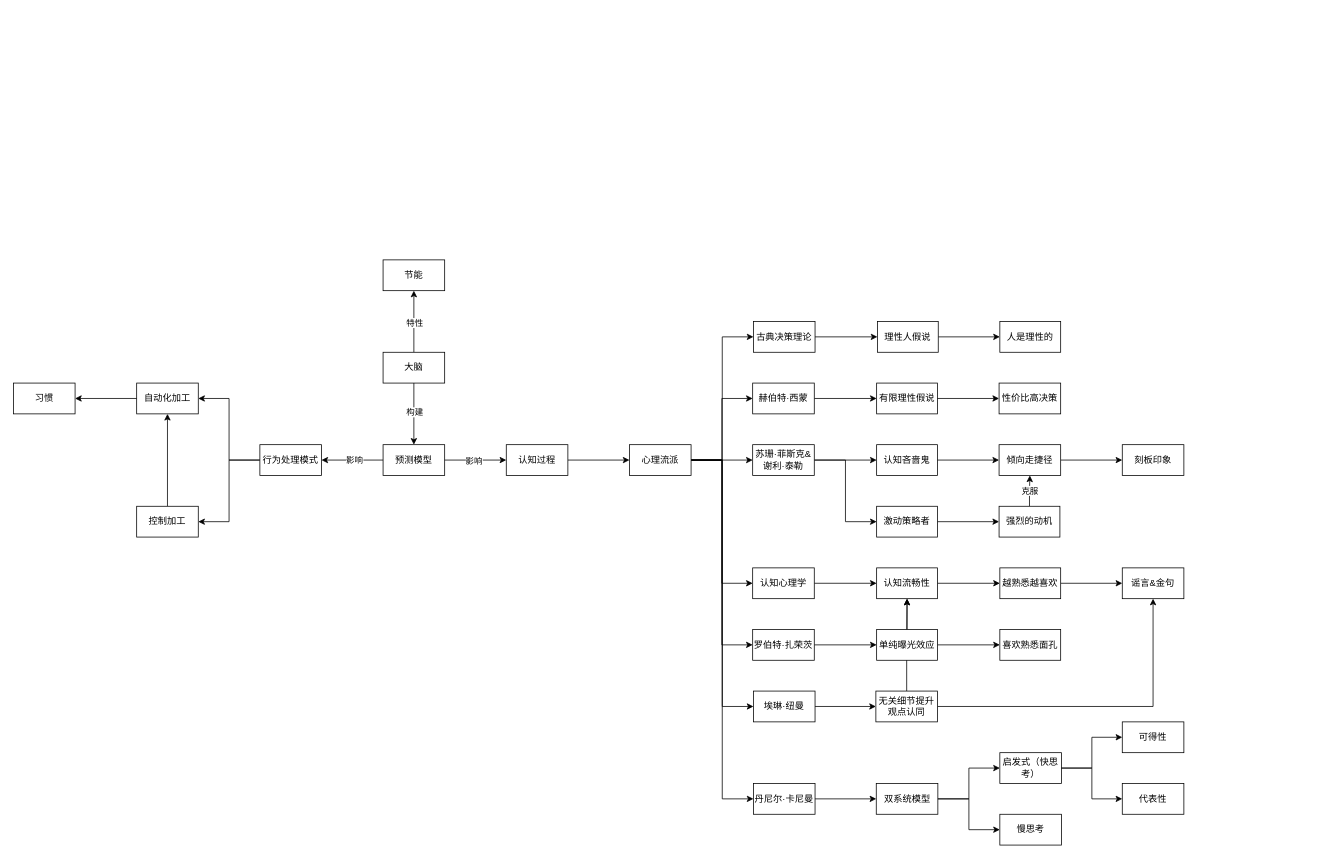
The draw.io diagram 大脑原理-节能.drawio in youyusan/open_mind, before the edit. Source tidied: cells renumbered, new cells numbered last; positions are measured from the earlier drawing's top-left corner, leaving out a move shared by most shapes. Both pictures are drawn from the tidied source at 77%, with x=0, y=0 at pixel (13, 259).
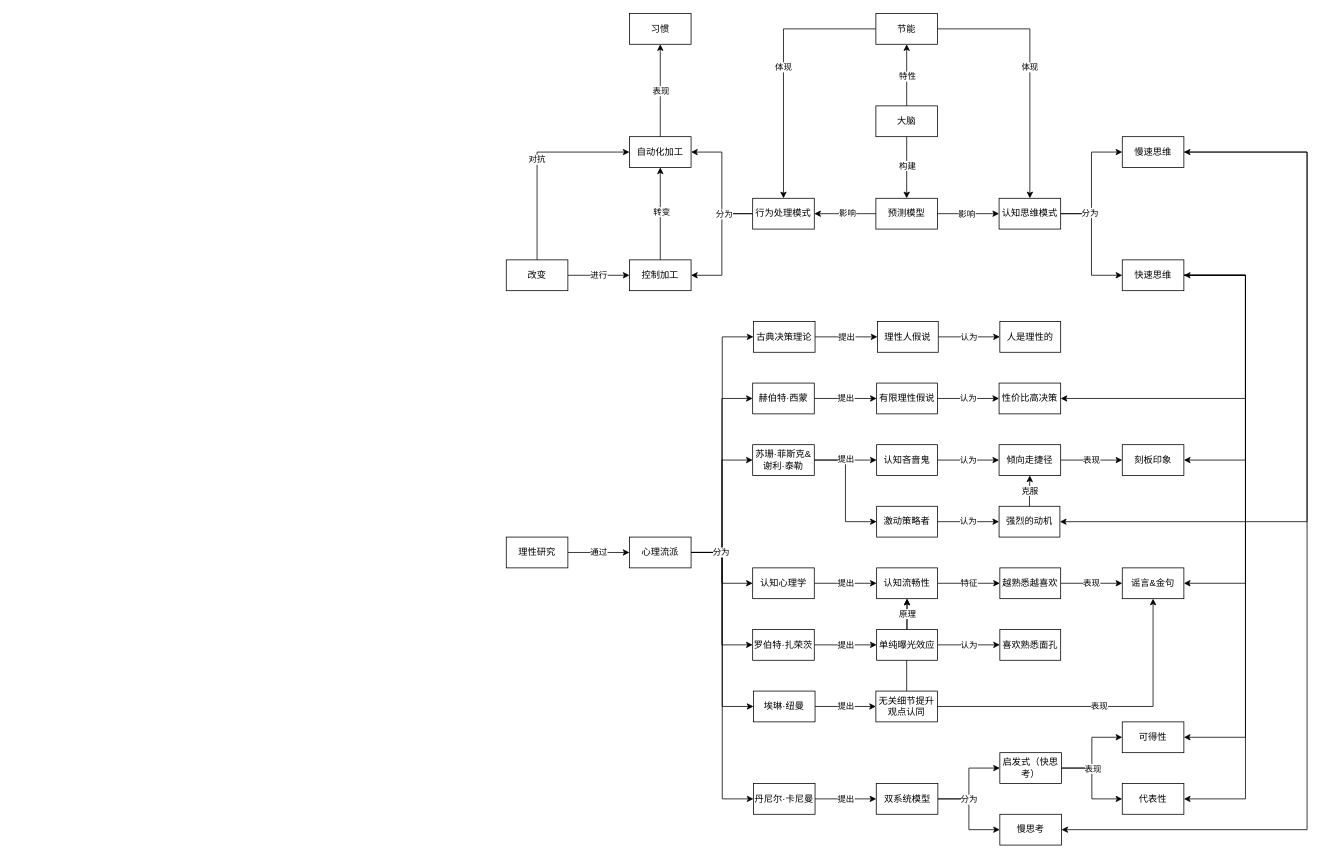
Above is the later version.

Commit message:
更新大脑原理-节能.drawio

The change refers to these unchanged cells:
```xml
<mxCell id="17" style="edgeStyle=orthogonalEdgeStyle;rounded=0;jettySize=auto;html=1;entryX=1;entryY=0.5;entryDx=0;entryDy=0;fontFamily=Helvetica;fontSize=12;fontColor=default;" parent="1" edge="1" source="18" target="6">
<mxCell id="26" value="有限理性假说" style="rounded=0;whiteSpace=wrap;html=1;" parent="1" vertex="1">
<mxCell id="27" value="认知吝啬鬼" style="rounded=0;whiteSpace=wrap;html=1;" parent="1" vertex="1">
<mxCell id="28" value="性价比高决策" style="rounded=0;whiteSpace=wrap;html=1;" parent="1" vertex="1">
<mxCell id="31" value="倾向走捷径" style="rounded=0;whiteSpace=wrap;html=1;" parent="1" vertex="1">
<mxCell id="34" value="认知流畅性" style="rounded=0;whiteSpace=wrap;html=1;" parent="1" vertex="1">
<mxCell id="37" value="单纯曝光效应" style="rounded=0;whiteSpace=wrap;html=1;" parent="1" vertex="1">
<mxCell id="38" value="谣言&amp;amp;金句" style="rounded=0;whiteSpace=wrap;html=1;" parent="1" vertex="1">
<mxCell id="40" value="双系统模型" style="rounded=0;whiteSpace=wrap;html=1;" parent="1" vertex="1">
<mxCell id="42" style="edgeStyle=orthogonalEdgeStyle;rounded=0;jettySize=auto;html=1;" parent="1" edge="1" source="40" target="41">
<mxCell id="43" value="可得性" style="rounded=0;whiteSpace=wrap;html=1;" parent="1" vertex="1">
<mxCell id="45" value="代表性" style="rounded=0;whiteSpace=wrap;html=1;" parent="1" vertex="1">
<mxCell id="46" style="edgeStyle=orthogonalEdgeStyle;rounded=0;jettySize=auto;html=1;entryX=0;entryY=0.5;entryDx=0;entryDy=0;" parent="1" edge="1" source="41" target="45">
<mxCell id="48" value="激动策略者" style="rounded=0;whiteSpace=wrap;html=1;" parent="1" vertex="1">
<mxCell id="55" style="edgeStyle=orthogonalEdgeStyle;rounded=0;jettySize=auto;html=1;entryX=0;entryY=0.5;entryDx=0;entryDy=0;" parent="1" edge="1" source="56" target="80">
<mxCell id="58" value="理性人假说" style="rounded=0;whiteSpace=wrap;html=1;" parent="1" vertex="1">
<mxCell id="60" value="古典决策理论" style="rounded=0;whiteSpace=wrap;html=1;" parent="1" vertex="1">
<mxCell id="62" value="赫伯特·西蒙" style="rounded=0;whiteSpace=wrap;html=1;" parent="1" vertex="1">
<mxCell id="63" value="人是理性的" style="rounded=0;whiteSpace=wrap;html=1;" parent="1" vertex="1">
<mxCell id="65" style="edgeStyle=orthogonalEdgeStyle;rounded=0;jettySize=auto;html=1;entryX=0;entryY=0.5;entryDx=0;entryDy=0;" parent="1" edge="1" source="66" target="48">
<mxCell id="67" value="刻板印象" style="rounded=0;whiteSpace=wrap;html=1;" parent="1" vertex="1">
<mxCell id="69" value="认知心理学" style="rounded=0;whiteSpace=wrap;html=1;" parent="1" vertex="1">
<mxCell id="71" value="越熟悉越喜欢" style="rounded=0;whiteSpace=wrap;html=1;" parent="1" vertex="1">
<mxCell id="73" value="罗伯特·扎荣茨" style="rounded=0;whiteSpace=wrap;html=1;" parent="1" vertex="1">
<mxCell id="74" value="喜欢熟悉面孔" style="rounded=0;whiteSpace=wrap;html=1;" parent="1" vertex="1">
<mxCell id="76" value="埃琳·纽曼" style="rounded=0;whiteSpace=wrap;html=1;" parent="1" vertex="1">
<mxCell id="78" value="无关细节提升观点认同" style="rounded=0;whiteSpace=wrap;html=1;" parent="1" vertex="1">
<mxCell id="80" value="丹尼尔·卡尼曼" style="rounded=0;whiteSpace=wrap;html=1;" parent="1" vertex="1">
<mxCell id="81" value="慢思考" style="rounded=0;whiteSpace=wrap;html=1;" parent="1" vertex="1">
<mxCell id="83" value="强烈的动机" style="rounded=0;whiteSpace=wrap;html=1;" parent="1" vertex="1">
```

Change to the diagram source:
```diff
@@
-    <mxCell id="3" style="group;flipH=1;" parent="1" vertex="1">
-      <mxGeometry y="160" width="240" height="200" as="geometry" />
-    </mxCell>
-    <mxCell id="4" value="自动化加工" style="rounded=0;whiteSpace=wrap;html=1;" parent="3" vertex="1">
-      <mxGeometry x="160" width="80" height="40" as="geometry" />
-    </mxCell>
-    <mxCell id="5" style="edgeStyle=orthogonalEdgeStyle;rounded=0;jettySize=auto;html=1;entryX=0.5;entryY=1;entryDx=0;entryDy=0;" parent="3" edge="1" source="6" target="4">
-      <mxGeometry relative="1" as="geometry" />
-    </mxCell>
-    <mxCell id="6" value="控制加工" style="rounded=0;whiteSpace=wrap;html=1;" parent="3" vertex="1">
-      <mxGeometry x="160" y="160" width="80" height="40" as="geometry" />
-    </mxCell>
-    <mxCell id="7" value="习惯" style="rounded=0;whiteSpace=wrap;html=1;" parent="3" vertex="1">
-      <mxGeometry width="80" height="40" as="geometry" />
-    </mxCell>
-    <mxCell id="8" style="edgeStyle=orthogonalEdgeStyle;rounded=0;jettySize=auto;html=1;" parent="3" edge="1" source="4" target="7">
-      <mxGeometry relative="1" as="geometry" />
-    </mxCell>
+    <mxCell id="84" value="体现" style="edgeStyle=orthogonalEdgeStyle;rounded=0;jettySize=auto;html=1;" parent="1" edge="1" source="9" target="23">
+      <mxGeometry relative="1" as="geometry" />
+    </mxCell>
+    <mxCell id="85" value="体现" style="edgeStyle=orthogonalEdgeStyle;rounded=0;jettySize=auto;html=1;" parent="1" edge="1" source="9" target="18">
+      <mxGeometry relative="1" as="geometry" />
+    </mxCell>
     <mxCell id="9" value="节能" style="rounded=0;whiteSpace=wrap;html=1;" parent="1" vertex="1">
-      <mxGeometry x="480" width="80" height="40" as="geometry" />
+      <mxGeometry x="1120" y="-320" width="80" height="40" as="geometry" />
     </mxCell>
@@
     <mxCell id="12" value="大脑" style="rounded=0;whiteSpace=wrap;html=1;" parent="1" vertex="1">
-      <mxGeometry x="480" y="120" width="80" height="40" as="geometry" />
+      <mxGeometry x="1120" y="-200" width="80" height="40" as="geometry" />
     </mxCell>
     <mxCell id="13" value="预测模型" style="rounded=0;whiteSpace=wrap;html=1;" parent="1" vertex="1">
-      <mxGeometry x="480" y="240" width="80" height="40" as="geometry" />
+      <mxGeometry x="1120" y="-80" width="80" height="40" as="geometry" />
     </mxCell>
@@
+    <mxCell id="86" value="分为" style="edgeLabel;html=1;align=center;verticalAlign=middle;" parent="17" vertex="1">
+      <mxGeometry x="-0.53" relative="1" as="geometry" />
+    </mxCell>
     <mxCell id="18" value="行为处理模式" style="rounded=0;whiteSpace=wrap;html=1;" parent="1" vertex="1">
-      <mxGeometry x="320" y="240" width="80" height="40" as="geometry" />
+      <mxGeometry x="960" y="-80" width="80" height="40" as="geometry" />
     </mxCell>
@@
-    <mxCell id="22" style="edgeStyle=orthogonalEdgeStyle;rounded=0;jettySize=auto;html=1;" parent="1" edge="1" source="23" target="56">
-      <mxGeometry relative="1" as="geometry" />
-    </mxCell>
+    <mxCell id="87" style="edgeStyle=orthogonalEdgeStyle;rounded=0;jettySize=auto;html=1;entryX=0;entryY=0.5;entryDx=0;entryDy=0;" parent="1" edge="1" source="23" target="102">
+      <mxGeometry relative="1" as="geometry" />
+    </mxCell>
+    <mxCell id="88" style="edgeStyle=orthogonalEdgeStyle;rounded=0;jettySize=auto;html=1;entryX=0;entryY=0.5;entryDx=0;entryDy=0;" parent="1" edge="1" source="23" target="99">
+      <mxGeometry relative="1" as="geometry" />
+    </mxCell>
+    <mxCell id="89" value="分为" style="edgeLabel;html=1;align=center;verticalAlign=middle;" parent="88" vertex="1">
+      <mxGeometry x="-0.51" y="1" relative="1" as="geometry">
+        <mxPoint x="-2" y="-1" as="offset" />
+      </mxGeometry>
+    </mxCell>
-    <mxCell id="23" value="认知过程" style="rounded=0;whiteSpace=wrap;html=1;" parent="1" vertex="1">
-      <mxGeometry x="640" y="240" width="80" height="40" as="geometry" />
+    <mxCell id="23" value="认知思维模式" style="rounded=0;whiteSpace=wrap;html=1;" parent="1" vertex="1">
+      <mxGeometry x="1280" y="-80" width="80" height="40" as="geometry" />
     </mxCell>
@@
-    <mxCell id="29" style="edgeStyle=orthogonalEdgeStyle;rounded=0;jettySize=auto;html=1;entryX=0;entryY=0.5;entryDx=0;entryDy=0;" parent="1" edge="1" source="26" target="28">
+    <mxCell id="29" value="认为" style="edgeStyle=orthogonalEdgeStyle;rounded=0;jettySize=auto;html=1;entryX=0;entryY=0.5;entryDx=0;entryDy=0;" parent="1" edge="1" source="26" target="28">
       <mxGeometry relative="1" as="geometry" />
     </mxCell>
-    <mxCell id="30" style="edgeStyle=orthogonalEdgeStyle;rounded=0;jettySize=auto;html=1;" parent="1" edge="1" source="31" target="67">
+    <mxCell id="30" value="表现" style="edgeStyle=orthogonalEdgeStyle;rounded=0;jettySize=auto;html=1;" parent="1" edge="1" source="31" target="67">
       <mxGeometry relative="1" as="geometry" />
     </mxCell>
@@
-    <mxCell id="32" style="edgeStyle=orthogonalEdgeStyle;rounded=0;jettySize=auto;html=1;" parent="1" edge="1" source="27" target="31">
+    <mxCell id="32" value="认为" style="edgeStyle=orthogonalEdgeStyle;rounded=0;jettySize=auto;html=1;" parent="1" edge="1" source="27" target="31">
       <mxGeometry relative="1" as="geometry" />
     </mxCell>
-    <mxCell id="33" style="edgeStyle=orthogonalEdgeStyle;rounded=0;jettySize=auto;html=1;" parent="1" edge="1" source="34" target="71">
+    <mxCell id="33" value="特征" style="edgeStyle=orthogonalEdgeStyle;rounded=0;jettySize=auto;html=1;" parent="1" edge="1" source="34" target="71">
       <mxGeometry relative="1" as="geometry" />
     </mxCell>
@@
-    <mxCell id="35" style="edgeStyle=orthogonalEdgeStyle;rounded=0;jettySize=auto;html=1;" parent="1" edge="1" source="37" target="34">
+    <mxCell id="35" value="原理" style="edgeStyle=orthogonalEdgeStyle;rounded=0;jettySize=auto;html=1;" parent="1" edge="1" source="37" target="34">
       <mxGeometry relative="1" as="geometry" />
     </mxCell>
-    <mxCell id="36" style="edgeStyle=orthogonalEdgeStyle;rounded=0;jettySize=auto;html=1;" parent="1" edge="1" source="37" target="74">
+    <mxCell id="36" value="认为" style="edgeStyle=orthogonalEdgeStyle;rounded=0;jettySize=auto;html=1;" parent="1" edge="1" source="37" target="74">
       <mxGeometry relative="1" as="geometry" />
     </mxCell>
@@
+    <mxCell id="90" value="分为" style="edgeLabel;html=1;align=center;verticalAlign=middle;" parent="42" vertex="1">
+      <mxGeometry x="-0.32" relative="1" as="geometry">
+        <mxPoint y="1" as="offset" />
+      </mxGeometry>
+    </mxCell>
@@
+    <mxCell id="91" value="表现" style="edgeLabel;html=1;align=center;verticalAlign=middle;" parent="46" vertex="1">
+      <mxGeometry x="-0.32" y="1" relative="1" as="geometry" />
+    </mxCell>
-    <mxCell id="47" style="edgeStyle=orthogonalEdgeStyle;rounded=0;jettySize=auto;html=1;" parent="1" edge="1" source="48" target="83">
+    <mxCell id="47" value="认为" style="edgeStyle=orthogonalEdgeStyle;rounded=0;jettySize=auto;html=1;" parent="1" edge="1" source="48" target="83">
       <mxGeometry relative="1" as="geometry" />
     </mxCell>
@@
+    <mxCell id="92" value="分为" style="edgeLabel;html=1;align=center;verticalAlign=middle;" parent="55" vertex="1">
+      <mxGeometry x="-0.8" y="1" relative="1" as="geometry">
+        <mxPoint x="-2" as="offset" />
+      </mxGeometry>
+    </mxCell>
     <mxCell id="56" value="心理流派" style="rounded=0;whiteSpace=wrap;html=1;" parent="1" vertex="1">
-      <mxGeometry x="800" y="240" width="80" height="40" as="geometry" />
+      <mxGeometry x="800" y="360" width="80" height="40" as="geometry" />
     </mxCell>
-    <mxCell id="57" style="edgeStyle=orthogonalEdgeStyle;rounded=0;jettySize=auto;html=1;" parent="1" edge="1" source="58" target="63">
+    <mxCell id="57" value="认为" style="edgeStyle=orthogonalEdgeStyle;rounded=0;jettySize=auto;html=1;" parent="1" edge="1" source="58" target="63">
       <mxGeometry relative="1" as="geometry" />
     </mxCell>
@@
-    <mxCell id="59" style="edgeStyle=orthogonalEdgeStyle;rounded=0;jettySize=auto;html=1;" parent="1" edge="1" source="60" target="58">
+    <mxCell id="59" value="提出" style="edgeStyle=orthogonalEdgeStyle;rounded=0;jettySize=auto;html=1;" parent="1" edge="1" source="60" target="58">
       <mxGeometry relative="1" as="geometry" />
     </mxCell>
@@
-    <mxCell id="61" style="edgeStyle=orthogonalEdgeStyle;rounded=0;jettySize=auto;html=1;" parent="1" edge="1" source="62" target="26">
+    <mxCell id="61" value="提出" style="edgeStyle=orthogonalEdgeStyle;rounded=0;jettySize=auto;html=1;" parent="1" edge="1" source="62" target="26">
       <mxGeometry relative="1" as="geometry" />
     </mxCell>
@@
+    <mxCell id="93" value="提出" style="edgeLabel;html=1;align=center;verticalAlign=middle;" parent="65" vertex="1">
+      <mxGeometry x="-0.5" y="2" relative="1" as="geometry" />
+    </mxCell>
@@
-    <mxCell id="68" style="edgeStyle=orthogonalEdgeStyle;rounded=0;jettySize=auto;html=1;" parent="1" edge="1" source="69" target="34">
+    <mxCell id="68" value="提出" style="edgeStyle=orthogonalEdgeStyle;rounded=0;jettySize=auto;html=1;" parent="1" edge="1" source="69" target="34">
       <mxGeometry relative="1" as="geometry" />
     </mxCell>
@@
-    <mxCell id="70" style="edgeStyle=orthogonalEdgeStyle;rounded=0;jettySize=auto;html=1;" parent="1" edge="1" source="71" target="38">
+    <mxCell id="70" value="表现" style="edgeStyle=orthogonalEdgeStyle;rounded=0;jettySize=auto;html=1;" parent="1" edge="1" source="71" target="38">
       <mxGeometry relative="1" as="geometry" />
     </mxCell>
@@
-    <mxCell id="72" style="edgeStyle=orthogonalEdgeStyle;rounded=0;jettySize=auto;html=1;" parent="1" edge="1" source="73" target="37">
+    <mxCell id="72" value="提出" style="edgeStyle=orthogonalEdgeStyle;rounded=0;jettySize=auto;html=1;" parent="1" edge="1" source="73" target="37">
       <mxGeometry relative="1" as="geometry" />
     </mxCell>
@@
-    <mxCell id="75" style="edgeStyle=orthogonalEdgeStyle;rounded=0;jettySize=auto;html=1;" parent="1" edge="1" source="76" target="78">
+    <mxCell id="75" value="提出" style="edgeStyle=orthogonalEdgeStyle;rounded=0;jettySize=auto;html=1;" parent="1" edge="1" source="76" target="78">
       <mxGeometry relative="1" as="geometry" />
     </mxCell>
@@
-    <mxCell id="77" style="edgeStyle=orthogonalEdgeStyle;rounded=0;jettySize=auto;html=1;" parent="1" edge="1" source="78" target="38">
+    <mxCell id="77" value="表现" style="edgeStyle=orthogonalEdgeStyle;rounded=0;jettySize=auto;html=1;" parent="1" edge="1" source="78" target="38">
       <mxGeometry relative="1" as="geometry" />
     </mxCell>
@@
-    <mxCell id="79" style="edgeStyle=orthogonalEdgeStyle;rounded=0;jettySize=auto;html=1;" parent="1" edge="1" source="80" target="40">
+    <mxCell id="79" value="提出" style="edgeStyle=orthogonalEdgeStyle;rounded=0;jettySize=auto;html=1;" parent="1" edge="1" source="80" target="40">
       <mxGeometry relative="1" as="geometry" />
     </mxCell>
@@
+    <mxCell id="94" style="edgeStyle=orthogonalEdgeStyle;rounded=0;jettySize=auto;html=1;entryX=1;entryY=0.5;entryDx=0;entryDy=0;" parent="1" edge="1" source="99" target="43">
+      <mxGeometry relative="1" as="geometry">
+        <Array as="points">
+          <mxPoint x="1600" y="20" />
+          <mxPoint x="1600" y="620" />
+        </Array>
+      </mxGeometry>
+    </mxCell>
+    <mxCell id="95" style="edgeStyle=orthogonalEdgeStyle;rounded=0;jettySize=auto;html=1;entryX=1;entryY=0.5;entryDx=0;entryDy=0;startArrow=classic;startFill=1;" parent="1" edge="1" source="99" target="45">
+      <mxGeometry relative="1" as="geometry">
+        <Array as="points">
+          <mxPoint x="1600" y="20" />
+          <mxPoint x="1600" y="700" />
+        </Array>
+      </mxGeometry>
+    </mxCell>
+    <mxCell id="96" style="edgeStyle=orthogonalEdgeStyle;rounded=0;jettySize=auto;html=1;entryX=1;entryY=0.5;entryDx=0;entryDy=0;" parent="1" edge="1" source="99" target="67">
+      <mxGeometry relative="1" as="geometry">
+        <Array as="points">
+          <mxPoint x="1600" y="20" />
+          <mxPoint x="1600" y="260" />
+        </Array>
+      </mxGeometry>
+    </mxCell>
+    <mxCell id="97" style="edgeStyle=orthogonalEdgeStyle;rounded=0;jettySize=auto;html=1;entryX=1;entryY=0.5;entryDx=0;entryDy=0;" parent="1" edge="1" source="99" target="38">
+      <mxGeometry relative="1" as="geometry">
+        <Array as="points">
+          <mxPoint x="1600" y="20" />
+          <mxPoint x="1600" y="420" />
+        </Array>
+      </mxGeometry>
+    </mxCell>
+    <mxCell id="98" style="edgeStyle=orthogonalEdgeStyle;rounded=0;jettySize=auto;html=1;entryX=1;entryY=0.5;entryDx=0;entryDy=0;" parent="1" edge="1" source="99" target="28">
+      <mxGeometry relative="1" as="geometry">
+        <Array as="points">
+          <mxPoint x="1600" y="20" />
+          <mxPoint x="1600" y="180" />
+        </Array>
+      </mxGeometry>
+    </mxCell>
+    <mxCell id="99" value="快速思维" style="rounded=0;whiteSpace=wrap;html=1;" parent="1" vertex="1">
+      <mxGeometry x="1440" width="80" height="40" as="geometry" />
+    </mxCell>
+    <mxCell id="100" style="edgeStyle=orthogonalEdgeStyle;rounded=0;jettySize=auto;html=1;entryX=1;entryY=0.5;entryDx=0;entryDy=0;startArrow=classic;startFill=1;" parent="1" edge="1" source="102" target="81">
+      <mxGeometry relative="1" as="geometry">
+        <Array as="points">
+          <mxPoint x="1680" y="-140" />
+          <mxPoint x="1680" y="740" />
+        </Array>
+      </mxGeometry>
+    </mxCell>
+    <mxCell id="101" style="edgeStyle=orthogonalEdgeStyle;rounded=0;jettySize=auto;html=1;entryX=1;entryY=0.5;entryDx=0;entryDy=0;" parent="1" edge="1" source="102" target="83">
+      <mxGeometry relative="1" as="geometry">
+        <Array as="points">
+          <mxPoint x="1680" y="-140" />
+          <mxPoint x="1680" y="340" />
+        </Array>
+      </mxGeometry>
+    </mxCell>
+    <mxCell id="102" value="慢速思维" style="rounded=0;whiteSpace=wrap;html=1;" parent="1" vertex="1">
+      <mxGeometry x="1440" y="-160" width="80" height="40" as="geometry" />
+    </mxCell>
+    <mxCell id="103" value="通过" style="edgeStyle=orthogonalEdgeStyle;rounded=0;jettySize=auto;html=1;entryX=0;entryY=0.5;entryDx=0;entryDy=0;" parent="1" edge="1" source="104" target="56">
+      <mxGeometry relative="1" as="geometry" />
+    </mxCell>
+    <mxCell id="104" value="理性研究" style="rounded=0;whiteSpace=wrap;html=1;" parent="1" vertex="1">
+      <mxGeometry x="640" y="360" width="80" height="40" as="geometry" />
+    </mxCell>
+    <mxCell id="4" value="自动化加工" style="rounded=0;whiteSpace=wrap;html=1;" parent="1" vertex="1">
+      <mxGeometry x="800" y="-160" width="80" height="40" as="geometry" />
+    </mxCell>
+    <mxCell id="5" style="edgeStyle=orthogonalEdgeStyle;rounded=0;jettySize=auto;html=1;entryX=0.5;entryY=1;entryDx=0;entryDy=0;" parent="1" edge="1" source="6" target="4">
+      <mxGeometry relative="1" as="geometry" />
+    </mxCell>
+    <mxCell id="105" value="转变" style="edgeLabel;html=1;align=center;verticalAlign=middle;" parent="5" vertex="1">
+      <mxGeometry x="0.05" y="-1" relative="1" as="geometry" />
+    </mxCell>
+    <mxCell id="6" value="控制加工" style="rounded=0;whiteSpace=wrap;html=1;" parent="1" vertex="1">
+      <mxGeometry x="800" width="80" height="40" as="geometry" />
+    </mxCell>
+    <mxCell id="7" value="习惯" style="rounded=0;whiteSpace=wrap;html=1;" parent="1" vertex="1">
+      <mxGeometry x="800" y="-320" width="80" height="40" as="geometry" />
+    </mxCell>
+    <mxCell id="8" style="edgeStyle=orthogonalEdgeStyle;rounded=0;jettySize=auto;html=1;" parent="1" edge="1" source="4" target="7">
+      <mxGeometry relative="1" as="geometry" />
+    </mxCell>
+    <mxCell id="106" value="表现" style="edgeLabel;html=1;align=center;verticalAlign=middle;" parent="8" vertex="1">
+      <mxGeometry relative="1" as="geometry" />
+    </mxCell>
+    <mxCell id="107" value="进行" style="edgeStyle=orthogonalEdgeStyle;rounded=0;jettySize=auto;html=1;" parent="1" edge="1" source="109" target="6">
+      <mxGeometry relative="1" as="geometry" />
+    </mxCell>
+    <mxCell id="108" value="对抗" style="edgeStyle=orthogonalEdgeStyle;rounded=0;jettySize=auto;html=1;entryX=0;entryY=0.5;entryDx=0;entryDy=0;" parent="1" edge="1" source="109" target="4">
+      <mxGeometry relative="1" as="geometry">
+        <Array as="points">
+          <mxPoint x="680" y="-140" />
+        </Array>
+      </mxGeometry>
+    </mxCell>
+    <mxCell id="109" value="改变" style="rounded=0;whiteSpace=wrap;html=1;" parent="1" vertex="1">
+      <mxGeometry x="640" width="80" height="40" as="geometry" />
+    </mxCell>
```
